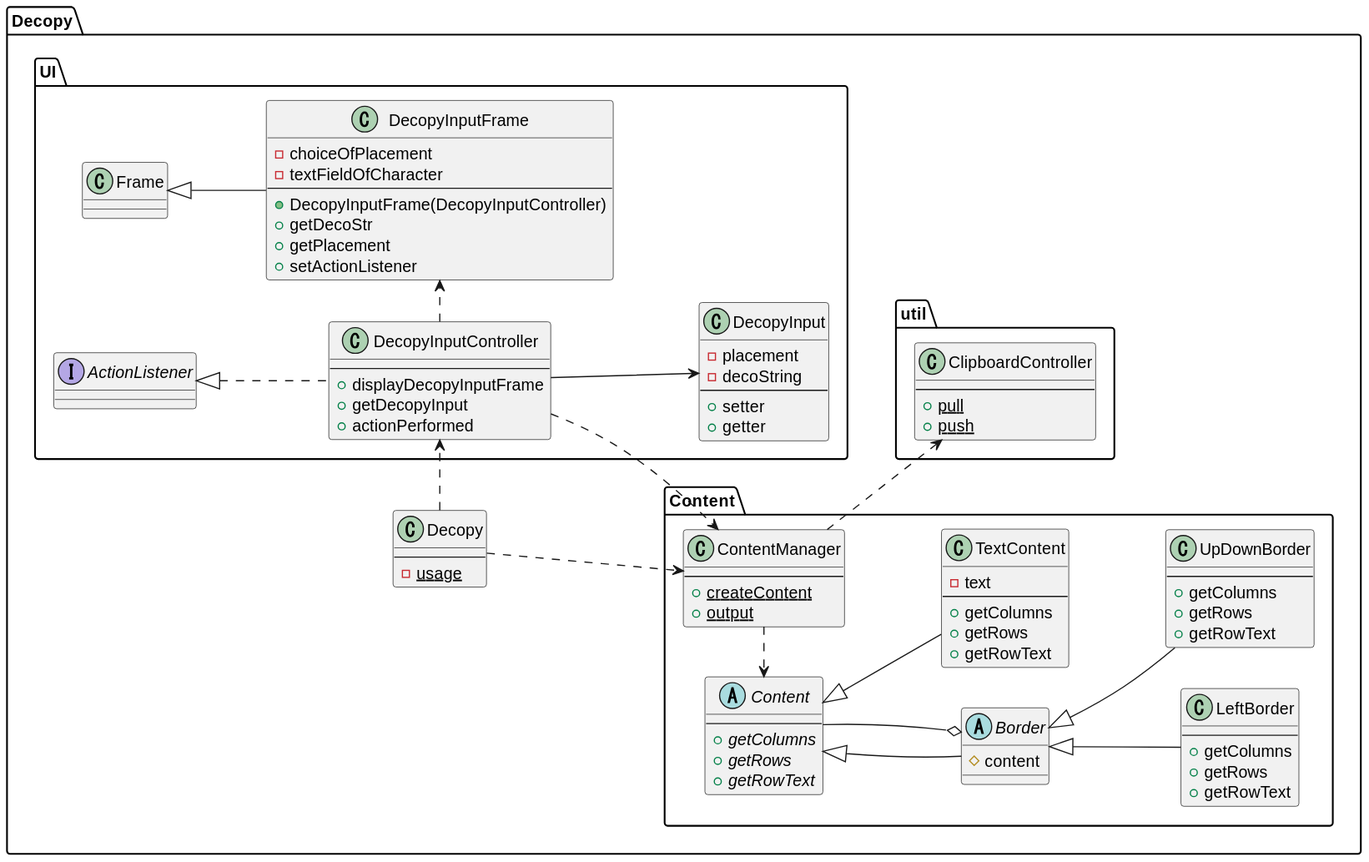
Above: out/design/class/Decopy.svg in ryokow/Decopy (PlantUML), before the change.
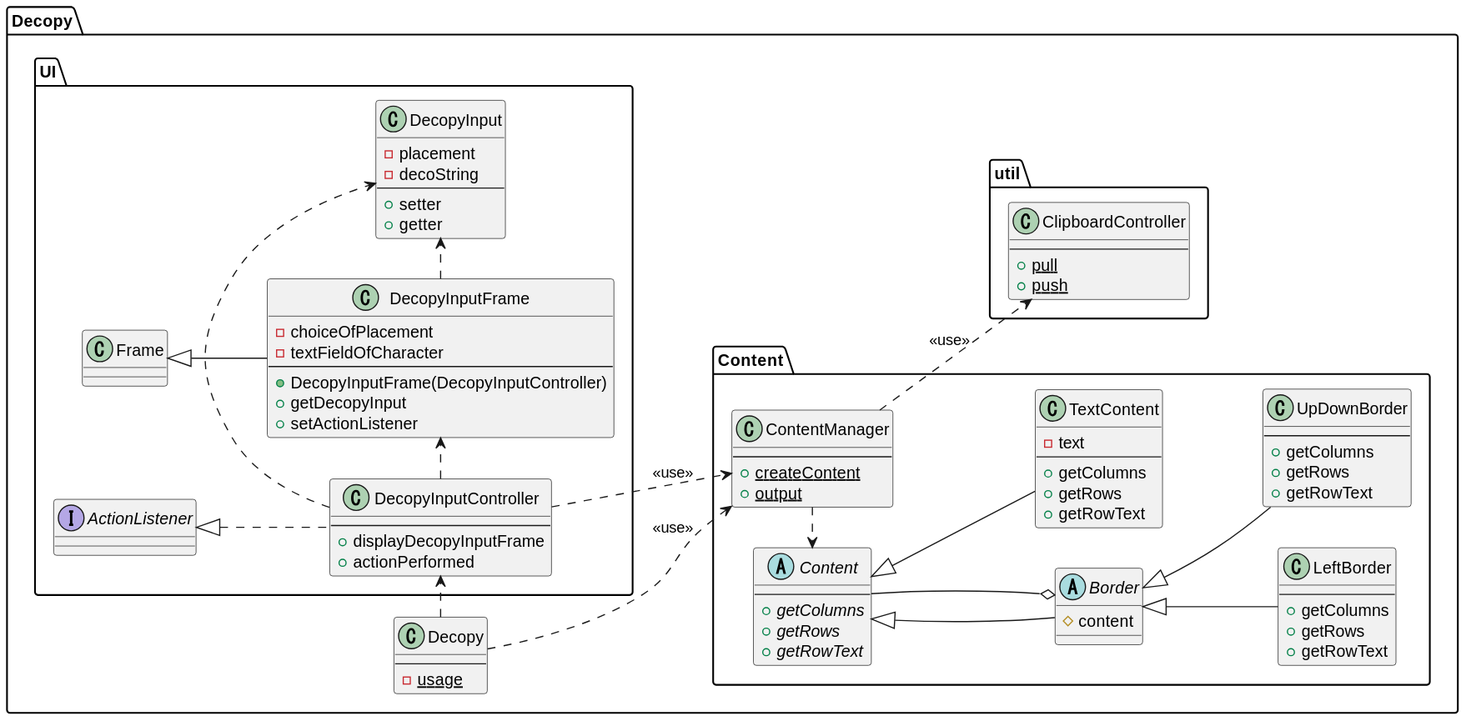
After the change.

Commit message:
Class diagram modified.

What changed in the source:
```diff
@@ -45,7 +45,6 @@
         class DecopyInputController implements ActionListener{
             --
             + displayDecopyInputFrame
-            + getDecopyInput
             + actionPerformed
         }
 
@@ -54,8 +53,7 @@
             - textFieldOfCharacter
             --
             + DecopyInputFrame(DecopyInputController)
-            + getDecoStr
-            + getPlacement
+            + getDecopyInput
             + setActionListener
         }
 
@@ -83,14 +81,15 @@
 }
 
 left to right direction
+Decopy .> DecopyInputController
+Decopy .> ContentManager: <<use>>
 Content --o Border
-Decopy ..> ContentManager
-ContentManager ..> ClipboardController
-DecopyInputController .> ContentManager
+ContentManager ..> ClipboardController: <<use>>
+DecopyInputController ..> ContentManager: <<use>>
 ContentManager .> Content
-Decopy .> DecopyInputController
 DecopyInputController .> DecopyInputFrame
-DecopyInputController --> DecopyInput
+DecopyInputController .> DecopyInput
+DecopyInputFrame .> DecopyInput
 
 
 @enduml
```
